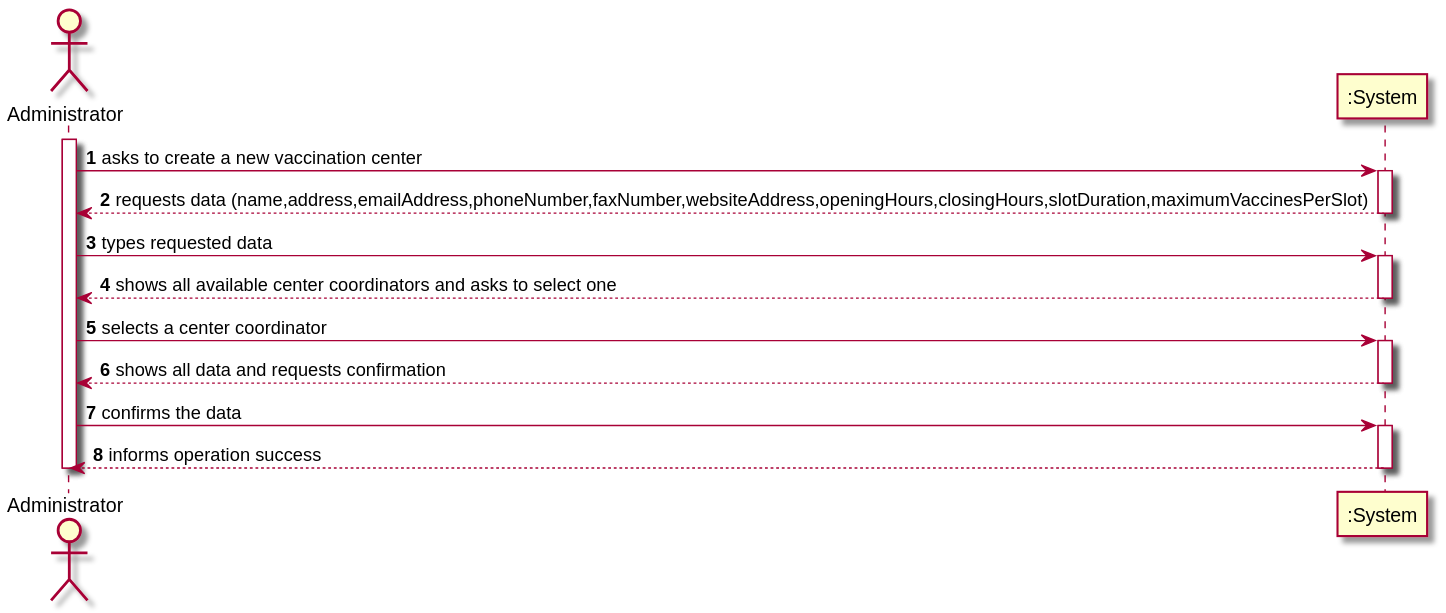
The PlantUML diagram docs/SprintB/US09/SSD/US09_SSD.svg in miseEnPlace-i/lapr2, before a commit.
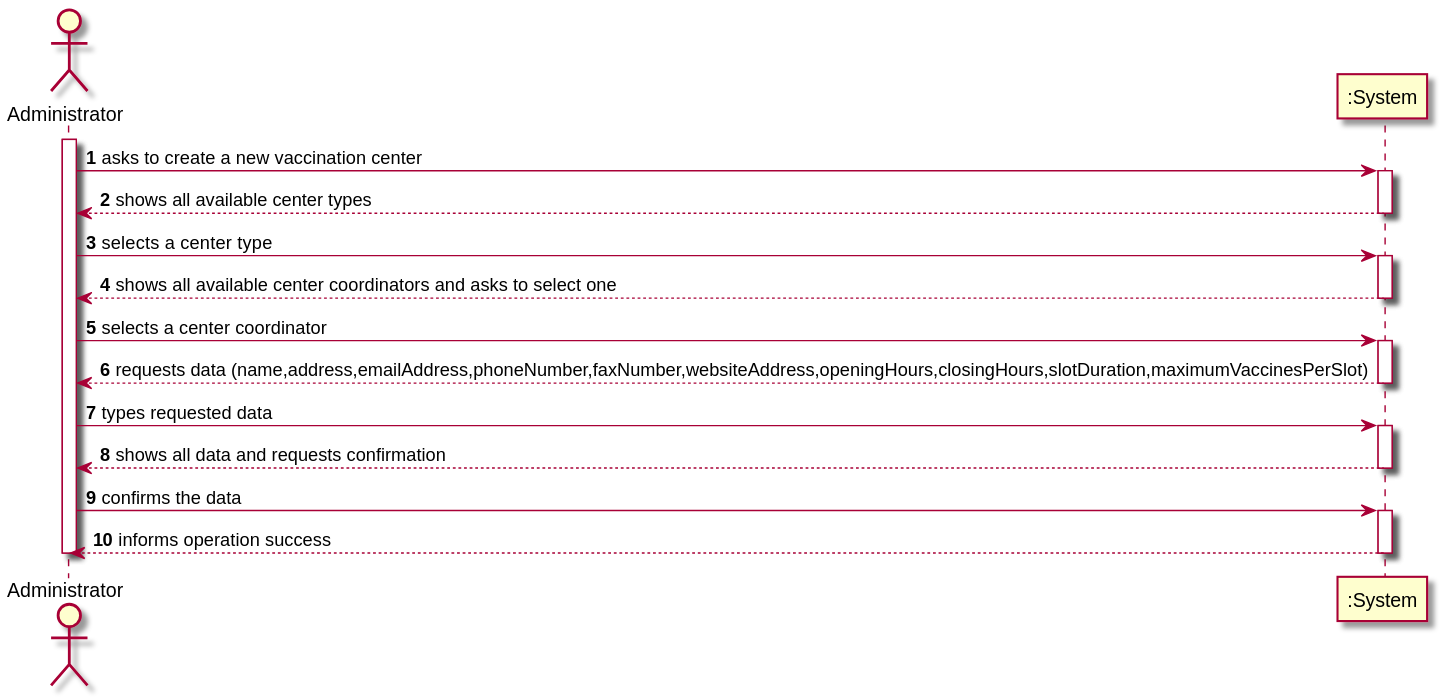
The same diagram one commit later.

Change to the diagram source:
```diff
@@ -1,4 +1,5 @@
 @startuml US09_SSD
+
 autonumber
 actor "Administrator" as Administrator
 
@@ -6,21 +7,31 @@
 
 Administrator -> ":System" : asks to create a new vaccination center
 activate ":System"
+
+":System" --> Administrator : shows all available center types
+deactivate ":System"
+
+Administrator -> ":System" : selects a center type
+activate ":System"
+
+":System" --> Administrator : shows all available center coordinators and asks to select one
+deactivate ":System"
+
+Administrator -> ":System" : selects a center coordinator
+activate ":System"
+
 ":System" --> Administrator : requests data (name,address,emailAddress,phoneNumber,faxNumber,websiteAddress,openingHours,closingHours,slotDuration,maximumVaccinesPerSlot)
 deactivate ":System"
 
 Administrator -> ":System" : types requested data
 activate ":System"
-":System" --> Administrator : shows all available center coordinators and asks to select one
-deactivate ":System"
 
-Administrator -> ":System" : selects a center coordinator
-activate ":System"
 ":System" --> Administrator : shows all data and requests confirmation
 deactivate ":System"
 
 Administrator -> ":System" : confirms the data
 activate ":System"
+
 ":System" -->Administrator : informs operation success
 deactivate ":System"
 
```
